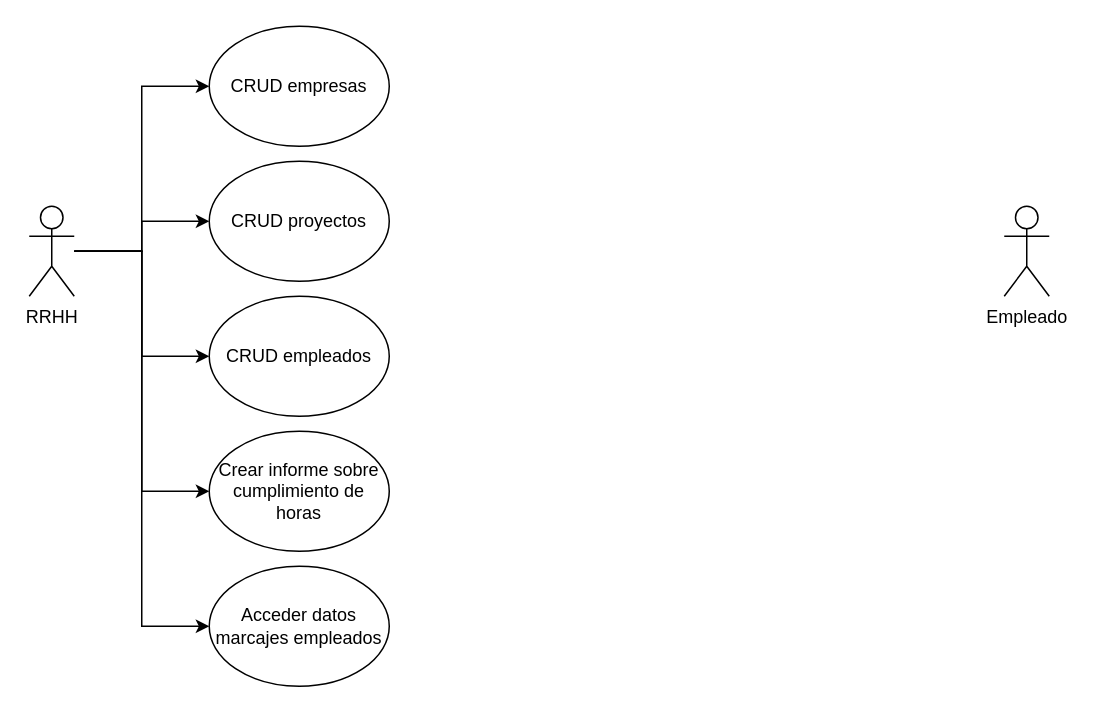
Before: CasosDeUso.drawio in KTtazo/practicaExtraordianria, a draw.io diagram. Source tidied: cells renumbered, new cells numbered last; positions are measured from the earlier drawing's top-left corner, leaving out a move shared by most shapes. Both pictures are drawn from the tidied source at 150%, with x=0, y=0 at pixel (28, 26).
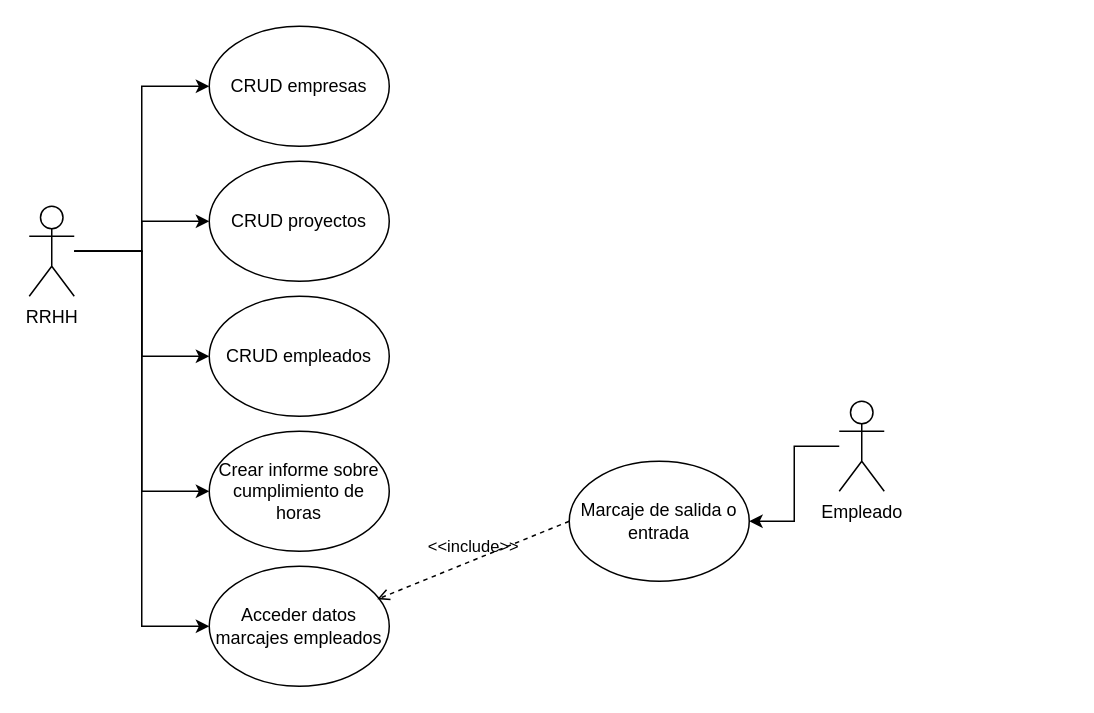
The same page after the edit.

What changed in the source:
```diff
@@
 <mxGraphModel>
   <root>
     <mxCell id="0" />
     <mxCell id="1" parent="0" />
     <mxCell id="2" style="edgeStyle=orthogonalEdgeStyle;rounded=0;jettySize=auto;html=1;entryX=0;entryY=0.5;entryDx=0;entryDy=0;" parent="1" edge="1" source="7" target="8">
       <mxGeometry relative="1" as="geometry" />
     </mxCell>
     <mxCell id="3" style="edgeStyle=orthogonalEdgeStyle;rounded=0;jettySize=auto;html=1;entryX=0;entryY=0.5;entryDx=0;entryDy=0;" parent="1" edge="1" source="7" target="10">
       <mxGeometry relative="1" as="geometry" />
     </mxCell>
     <mxCell id="4" style="edgeStyle=orthogonalEdgeStyle;rounded=0;jettySize=auto;html=1;entryX=0;entryY=0.5;entryDx=0;entryDy=0;" parent="1" edge="1" source="7" target="9">
       <mxGeometry relative="1" as="geometry" />
     </mxCell>
     <mxCell id="5" style="edgeStyle=orthogonalEdgeStyle;rounded=0;jettySize=auto;html=1;entryX=0;entryY=0.5;entryDx=0;entryDy=0;" parent="1" edge="1" source="7" target="11">
       <mxGeometry relative="1" as="geometry" />
     </mxCell>
     <mxCell id="6" style="edgeStyle=orthogonalEdgeStyle;rounded=0;jettySize=auto;html=1;entryX=0;entryY=0.5;entryDx=0;entryDy=0;" parent="1" edge="1" source="7" target="12">
       <mxGeometry relative="1" as="geometry" />
     </mxCell>
     <mxCell id="7" value="RRHH" style="shape=umlActor;verticalLabelPosition=bottom;verticalAlign=top;html=1;outlineConnect=0;" parent="1" vertex="1">
       <mxGeometry y="120" width="30" height="60" as="geometry" />
     </mxCell>
     <mxCell id="8" value="CRUD empresas" style="ellipse;whiteSpace=wrap;html=1;" parent="1" vertex="1">
       <mxGeometry x="120" width="120" height="80" as="geometry" />
     </mxCell>
     <mxCell id="9" value="CRUD empleados" style="ellipse;whiteSpace=wrap;html=1;" parent="1" vertex="1">
       <mxGeometry x="120" y="180" width="120" height="80" as="geometry" />
     </mxCell>
     <mxCell id="10" value="CRUD proyectos" style="ellipse;whiteSpace=wrap;html=1;" parent="1" vertex="1">
       <mxGeometry x="120" y="90" width="120" height="80" as="geometry" />
     </mxCell>
     <mxCell id="11" value="Crear informe sobre cumplimiento de horas" style="ellipse;whiteSpace=wrap;html=1;" parent="1" vertex="1">
       <mxGeometry x="120" y="270" width="120" height="80" as="geometry" />
     </mxCell>
     <mxCell id="12" value="Acceder datos marcajes empleados" style="ellipse;whiteSpace=wrap;html=1;" parent="1" vertex="1">
       <mxGeometry x="120" y="360" width="120" height="80" as="geometry" />
     </mxCell>
+    <mxCell id="14" style="edgeStyle=orthogonalEdgeStyle;rounded=0;jettySize=auto;html=1;entryX=1;entryY=0.5;entryDx=0;entryDy=0;" parent="1" edge="1" source="13" target="15">
+      <mxGeometry relative="1" as="geometry" />
+    </mxCell>
     <mxCell id="13" value="Empleado" style="shape=umlActor;verticalLabelPosition=bottom;verticalAlign=top;html=1;outlineConnect=0;" parent="1" vertex="1">
-      <mxGeometry x="650" y="120" width="30" height="60" as="geometry" />
+      <mxGeometry x="540" y="250" width="30" height="60" as="geometry" />
     </mxCell>
+    <mxCell id="15" value="Marcaje de salida o entrada" style="ellipse;whiteSpace=wrap;html=1;" parent="1" vertex="1">
+      <mxGeometry x="360" y="290" width="120" height="80" as="geometry" />
+    </mxCell>
+    <mxCell id="16" value="&amp;lt;&amp;lt;include&amp;gt;&amp;gt;" style="html=1;verticalAlign=bottom;labelBackgroundColor=none;endArrow=open;endFill=0;dashed=1;rounded=0;entryX=1;entryY=0;entryDx=0;entryDy=0;exitX=0;exitY=0.5;exitDx=0;exitDy=0;" parent="1" edge="1" source="15">
+      <mxGeometry relative="1" as="geometry">
+        <mxPoint x="232" y="382" as="targetPoint" />
+      </mxGeometry>
+    </mxCell>
   </root>
 </mxGraphModel>
```
